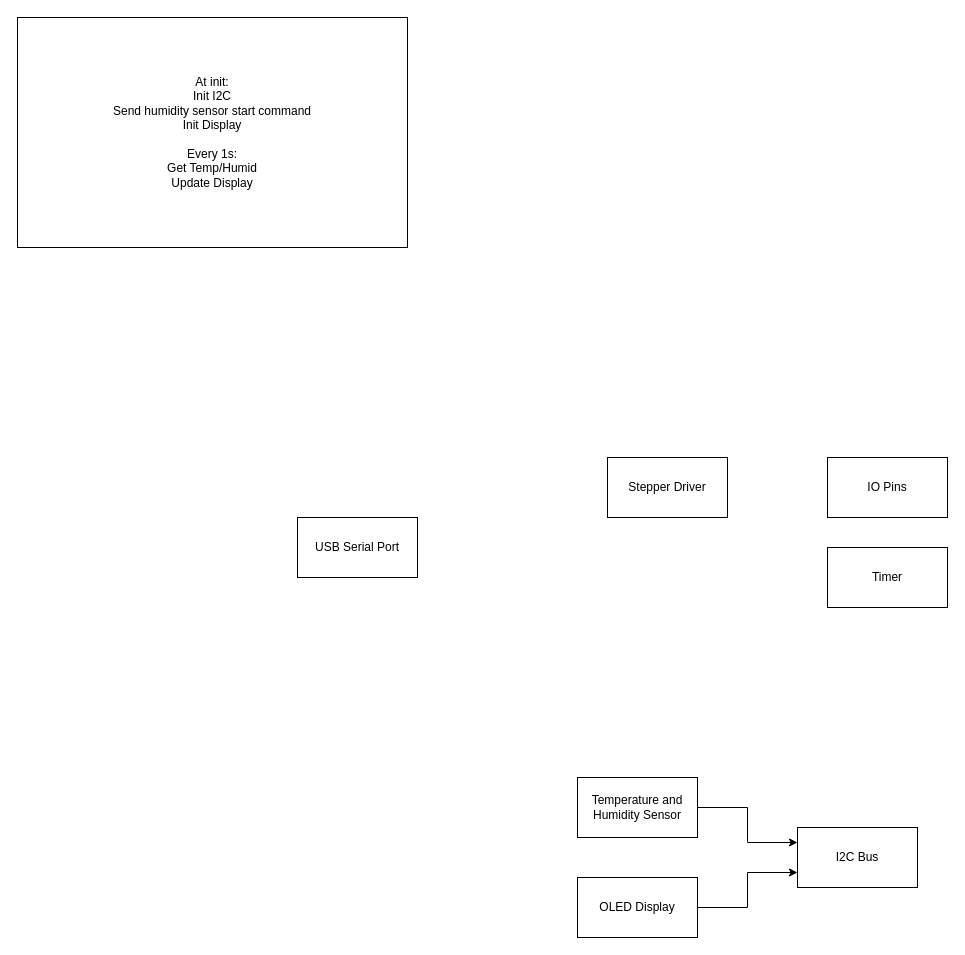
Earlier version of the draw.io diagram System Layout.drawio (kd5snu/zs61_eaf). Source tidied: cells renumbered, new cells numbered last; positions are measured from the earlier drawing's top-left corner, leaving out a move shared by most shapes. Both pictures are drawn from the tidied source at 100%, with x=0, y=0 at pixel (17, 17).
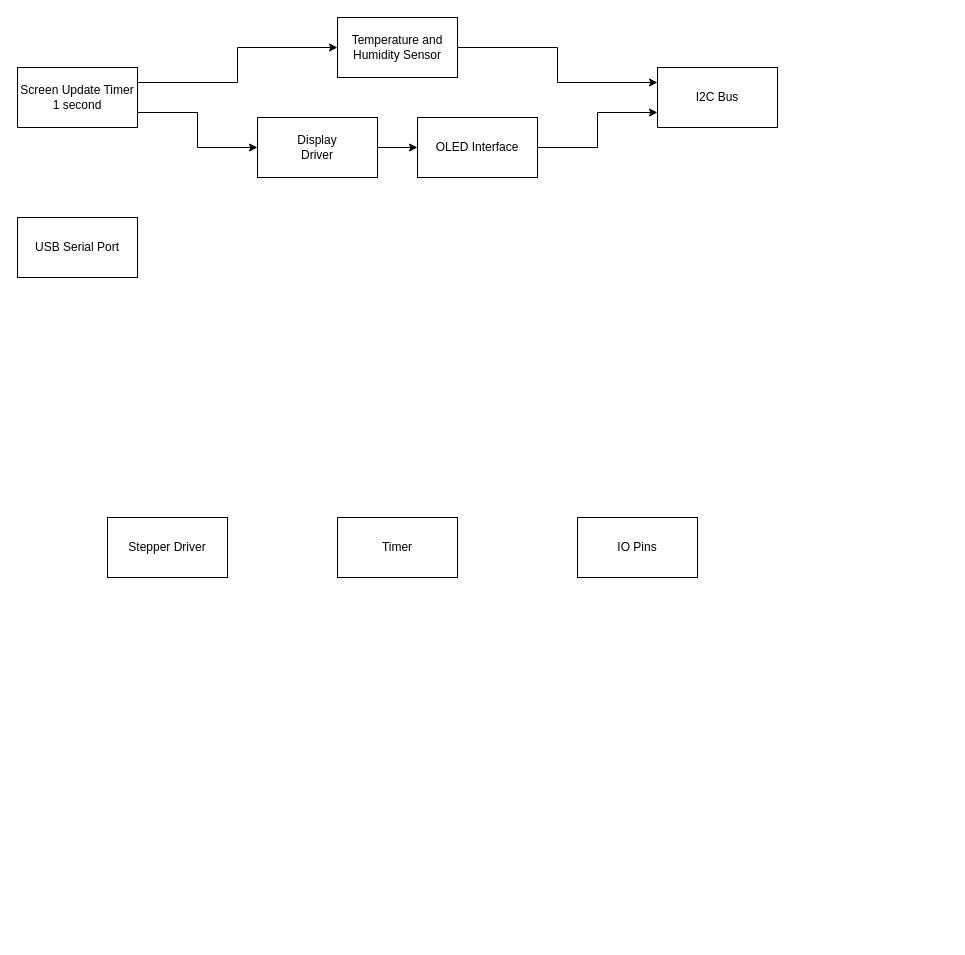
The same diagram, later.

Change to the diagram source:
```diff
@@
 <mxGraphModel>
   <root>
     <mxCell id="0" />
     <mxCell id="1" parent="0" />
     <mxCell id="2" value="Stepper Driver" style="rounded=0;whiteSpace=wrap;html=1;" parent="1" vertex="1">
-      <mxGeometry x="590" y="440" width="120" height="60" as="geometry" />
+      <mxGeometry x="90" y="500" width="120" height="60" as="geometry" />
     </mxCell>
     <mxCell id="3" style="edgeStyle=orthogonalEdgeStyle;rounded=0;jettySize=auto;html=1;exitX=1;exitY=0.5;exitDx=0;exitDy=0;entryX=0;entryY=0.25;entryDx=0;entryDy=0;" parent="1" edge="1" source="4" target="7">
       <mxGeometry relative="1" as="geometry" />
     </mxCell>
     <mxCell id="4" value="Temperature and Humidity Sensor" style="whiteSpace=wrap;html=1;" parent="1" vertex="1">
-      <mxGeometry x="560" y="760" width="120" height="60" as="geometry" />
+      <mxGeometry x="320" width="120" height="60" as="geometry" />
     </mxCell>
-    <mxCell id="5" style="edgeStyle=orthogonalEdgeStyle;rounded=0;jettySize=auto;html=1;exitX=1;exitY=0.5;exitDx=0;exitDy=0;entryX=0;entryY=0.75;entryDx=0;entryDy=0;" parent="1" edge="1" source="6" target="7">
-      <mxGeometry relative="1" as="geometry" />
-    </mxCell>
+    <mxCell id="12" style="edgeStyle=orthogonalEdgeStyle;rounded=0;jettySize=auto;html=1;exitX=1;exitY=0.5;exitDx=0;exitDy=0;entryX=0;entryY=0.5;entryDx=0;entryDy=0;" parent="1" edge="1" source="6" target="16">
+      <mxGeometry relative="1" as="geometry" />
+    </mxCell>
-    <mxCell id="6" value="OLED Display" style="whiteSpace=wrap;html=1;" parent="1" vertex="1">
-      <mxGeometry x="560" y="860" width="120" height="60" as="geometry" />
+    <mxCell id="6" value="Display&lt;br&gt;Driver" style="whiteSpace=wrap;html=1;" parent="1" vertex="1">
+      <mxGeometry x="240" y="100" width="120" height="60" as="geometry" />
     </mxCell>
     <mxCell id="7" value="I2C Bus" style="whiteSpace=wrap;html=1;" parent="1" vertex="1">
-      <mxGeometry x="780" y="810" width="120" height="60" as="geometry" />
+      <mxGeometry x="640" y="50" width="120" height="60" as="geometry" />
     </mxCell>
     <mxCell id="8" value="IO Pins" style="whiteSpace=wrap;html=1;" parent="1" vertex="1">
-      <mxGeometry x="810" y="440" width="120" height="60" as="geometry" />
+      <mxGeometry x="560" y="500" width="120" height="60" as="geometry" />
     </mxCell>
     <mxCell id="9" value="Timer" style="whiteSpace=wrap;html=1;" parent="1" vertex="1">
-      <mxGeometry x="810" y="530" width="120" height="60" as="geometry" />
+      <mxGeometry x="320" y="500" width="120" height="60" as="geometry" />
     </mxCell>
     <mxCell id="10" value="USB Serial Port" style="whiteSpace=wrap;html=1;" parent="1" vertex="1">
-      <mxGeometry x="280" y="500" width="120" height="60" as="geometry" />
+      <mxGeometry y="200" width="120" height="60" as="geometry" />
     </mxCell>
+    <mxCell id="13" style="edgeStyle=orthogonalEdgeStyle;rounded=0;jettySize=auto;html=1;exitX=1;exitY=0.25;exitDx=0;exitDy=0;entryX=0;entryY=0.5;entryDx=0;entryDy=0;" parent="1" edge="1" source="11" target="4">
+      <mxGeometry relative="1" as="geometry" />
+    </mxCell>
+    <mxCell id="14" style="edgeStyle=orthogonalEdgeStyle;rounded=0;jettySize=auto;html=1;exitX=1;exitY=0.75;exitDx=0;exitDy=0;entryX=0;entryY=0.5;entryDx=0;entryDy=0;" parent="1" edge="1" source="11" target="6">
+      <mxGeometry relative="1" as="geometry" />
+    </mxCell>
-    <mxCell id="11" value="At init: &lt;br&gt;Init I2C&lt;br&gt;Send humidity sensor start command&lt;br&gt;Init Display&lt;br&gt;&lt;br&gt;Every 1s:&lt;br&gt;Get Temp/Humid&lt;br&gt;Update Display&lt;br&gt;" style="whiteSpace=wrap;html=1;" parent="1" vertex="1">
-      <mxGeometry width="390" height="230" as="geometry" />
+    <mxCell id="11" value="Screen Update Timer&lt;br&gt;1 second" style="whiteSpace=wrap;html=1;" parent="1" vertex="1">
+      <mxGeometry y="50" width="120" height="60" as="geometry" />
     </mxCell>
+    <mxCell id="15" style="edgeStyle=orthogonalEdgeStyle;rounded=0;jettySize=auto;html=1;exitX=1;exitY=0.5;exitDx=0;exitDy=0;entryX=0;entryY=0.75;entryDx=0;entryDy=0;" parent="1" edge="1" source="16" target="7">
+      <mxGeometry relative="1" as="geometry" />
+    </mxCell>
+    <mxCell id="16" value="OLED Interface" style="whiteSpace=wrap;html=1;" parent="1" vertex="1">
+      <mxGeometry x="400" y="100" width="120" height="60" as="geometry" />
+    </mxCell>
   </root>
 </mxGraphModel>
```
